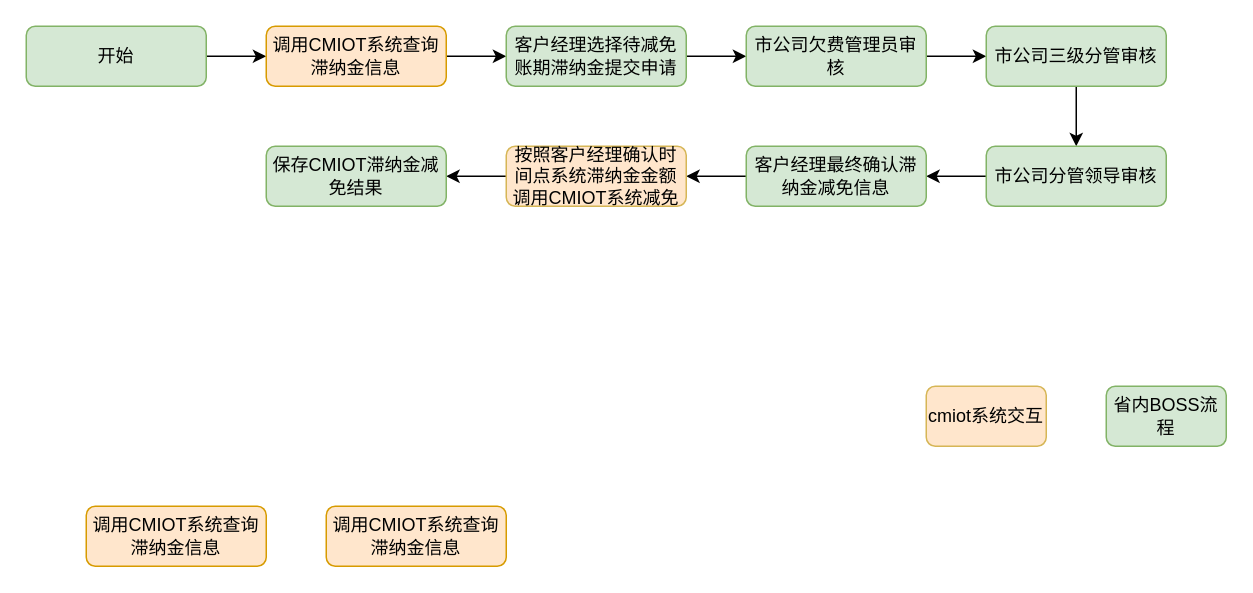
Above: 物联网滞纳金减免.drawio in 315944211/doc (draw.io), before the change. Source tidied: cells renumbered, new cells numbered last; positions are measured from the earlier drawing's top-left corner, leaving out a move shared by most shapes. Both pictures are drawn from the tidied source at 150%, with x=0, y=0 at pixel (26, 26).
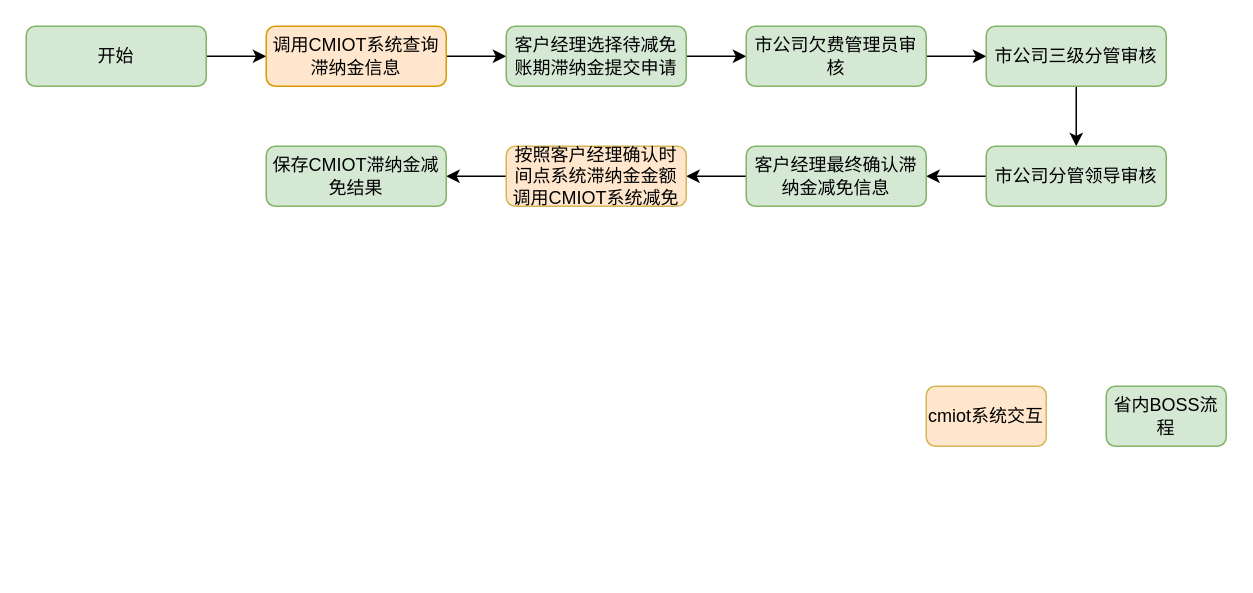
The same diagram, later.

Commit message (it also covers changes not shown here):
更新物联网滞纳金减免.drawio

Diff of the diagram source:
```diff
@@
-    <mxCell id="21" value="调用CMIOT系统查询滞纳金信息" style="rounded=1;whiteSpace=wrap;html=1;fontSize=12;glass=0;strokeWidth=1;shadow=0;fillColor=#ffe6cc;strokeColor=#d79b00;" parent="1" vertex="1">
-      <mxGeometry x="40" y="320" width="120" height="40" as="geometry" />
-    </mxCell>
-    <mxCell id="22" value="调用CMIOT系统查询滞纳金信息" style="rounded=1;whiteSpace=wrap;html=1;fontSize=12;glass=0;strokeWidth=1;shadow=0;fillColor=#ffe6cc;strokeColor=#d79b00;" parent="1" vertex="1">
-      <mxGeometry x="200" y="320" width="120" height="40" as="geometry" />
-    </mxCell>
```
